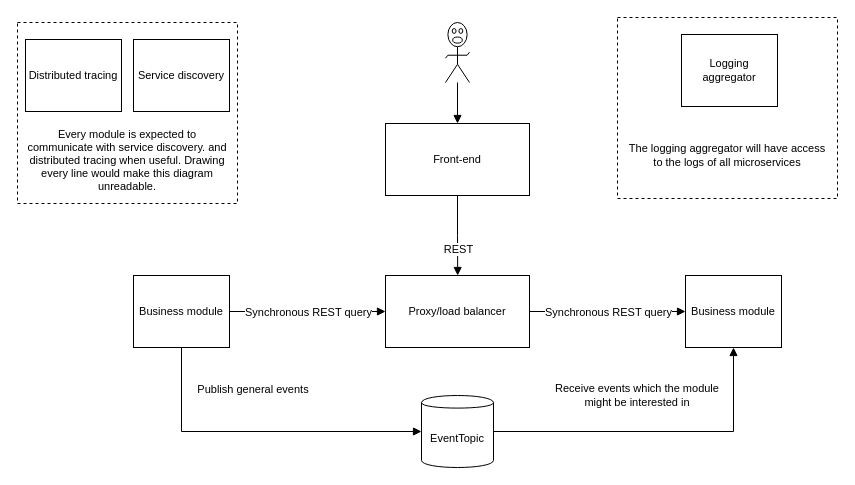
Before: documentation/high-level-architecture.drawio in stainii/portal, a draw.io diagram. Source tidied: cells renumbered, new cells numbered last; positions are measured from the earlier drawing's top-left corner, leaving out a move shared by most shapes. Both pictures are drawn from the tidied source at 100%, with x=0, y=0 at pixel (17, 17).
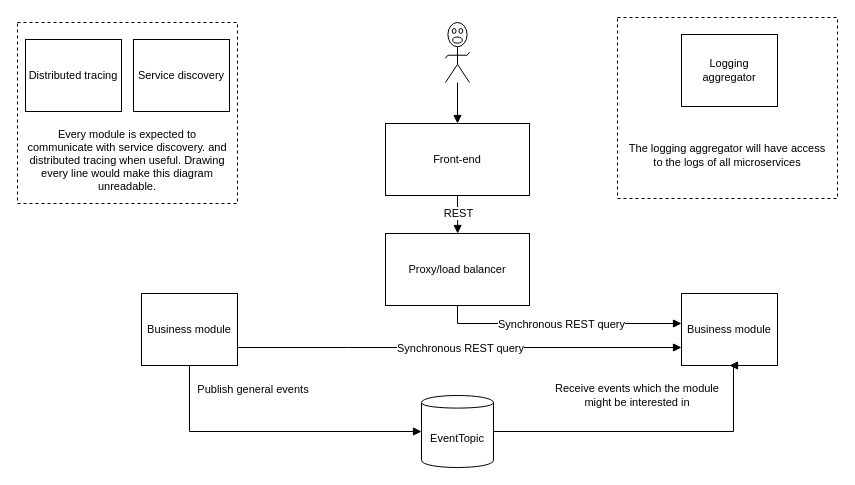
After the change.

Commit message (it also covers changes not shown here):
update documentation: services don't need to pass through the proxy to communicate with each other

Unchanged cells that the change refers to:
```xml
<mxCell id="10" style="html=1;jettySize=18;fontSize=11;rounded=1;arcSize=0;edgeStyle=orthogonalEdgeStyle;startArrow=none;endArrow=block;endFill=1;exitX=0.5;exitY=1.0083333333333333;exitPerimeter=1;entryX=0.5013850415512464;entryY=-0.008333333333333333;entryPerimeter=1;" parent="1" edge="1" source="5" target="25">
  <mxGeometry relative="1" as="geometry" />
</mxCell>
```

What changed in the source:
```diff
@@
     <mxCell id="6" value="Business module" style="html=1;whiteSpace=wrap;fontSize=11;fontColor=#000000;spacing=3;strokeOpacity=100;" parent="1" vertex="1">
-      <mxGeometry x="668" y="258" width="96" height="72" as="geometry" />
+      <mxGeometry x="664" y="276" width="96" height="72" as="geometry" />
     </mxCell>
@@
     <mxCell id="9" value="Business module" style="html=1;whiteSpace=wrap;fontSize=11;fontColor=#000000;spacing=3;strokeOpacity=100;" parent="1" vertex="1">
-      <mxGeometry x="116" y="258" width="96" height="72" as="geometry" />
+      <mxGeometry x="124" y="276" width="96" height="72" as="geometry" />
     </mxCell>
@@
     <mxCell id="11" value="REST" style="text;html=1;labelBackgroundColor=#ffffff;align=center;verticalAlign=middle;fontColor=#000000;fontSize=11;" parent="10" vertex="1">
-      <mxGeometry x="0.34" relative="1" as="geometry" />
+      <mxGeometry x="0.34" relative="1" as="geometry">
+        <mxPoint y="-8" as="offset" />
+      </mxGeometry>
     </mxCell>
-    <mxCell id="12" style="html=1;jettySize=18;fontSize=11;rounded=1;arcSize=0;edgeStyle=orthogonalEdgeStyle;startArrow=none;endArrow=block;endFill=1;exitX=1.00625;exitY=0.5;exitPerimeter=1;entryX=-0.004155124653739612;entryY=0.5;entryPerimeter=1;" parent="1" edge="1" source="9" target="25">
-      <mxGeometry relative="1" as="geometry" />
+    <mxCell id="12" style="html=1;jettySize=18;fontSize=11;rounded=1;arcSize=0;edgeStyle=orthogonalEdgeStyle;startArrow=none;endArrow=block;endFill=1;entryX=0;entryY=0.75;entryDx=0;entryDy=0;exitX=1;exitY=0.75;exitDx=0;exitDy=0;" parent="1" edge="1" source="9" target="6">
+      <mxGeometry relative="1" as="geometry">
+        <Array as="points">
+          <mxPoint x="330" y="330" />
+          <mxPoint x="330" y="330" />
+        </Array>
+      </mxGeometry>
     </mxCell>
@@
-    <mxCell id="14" style="html=1;jettySize=18;fontSize=11;rounded=1;arcSize=0;edgeStyle=orthogonalEdgeStyle;startArrow=none;endArrow=block;endFill=1;exitX=1.0041551260387813;exitY=0.5;exitPerimeter=1;entryX=-0.00625;entryY=0.5;entryPerimeter=1;" parent="1" edge="1" source="25" target="6">
-      <mxGeometry relative="1" as="geometry" />
+    <mxCell id="14" style="html=1;jettySize=18;fontSize=11;rounded=1;arcSize=0;edgeStyle=orthogonalEdgeStyle;startArrow=none;endArrow=block;endFill=1;exitX=0.5;exitY=1;exitDx=0;exitDy=0;" parent="1" edge="1" source="25">
+      <mxGeometry relative="1" as="geometry">
+        <mxPoint x="664" y="306" as="targetPoint" />
+        <Array as="points">
+          <mxPoint x="440" y="306" />
+          <mxPoint x="664" y="306" />
+        </Array>
+      </mxGeometry>
     </mxCell>
@@
     <mxCell id="25" value="Proxy/load balancer" style="html=1;whiteSpace=wrap;fontSize=11;fontColor=#000000;spacing=3;strokeOpacity=100;" parent="1" vertex="1">
-      <mxGeometry x="368" y="258" width="144" height="72" as="geometry" />
+      <mxGeometry x="368" y="216" width="144" height="72" as="geometry" />
     </mxCell>
```
